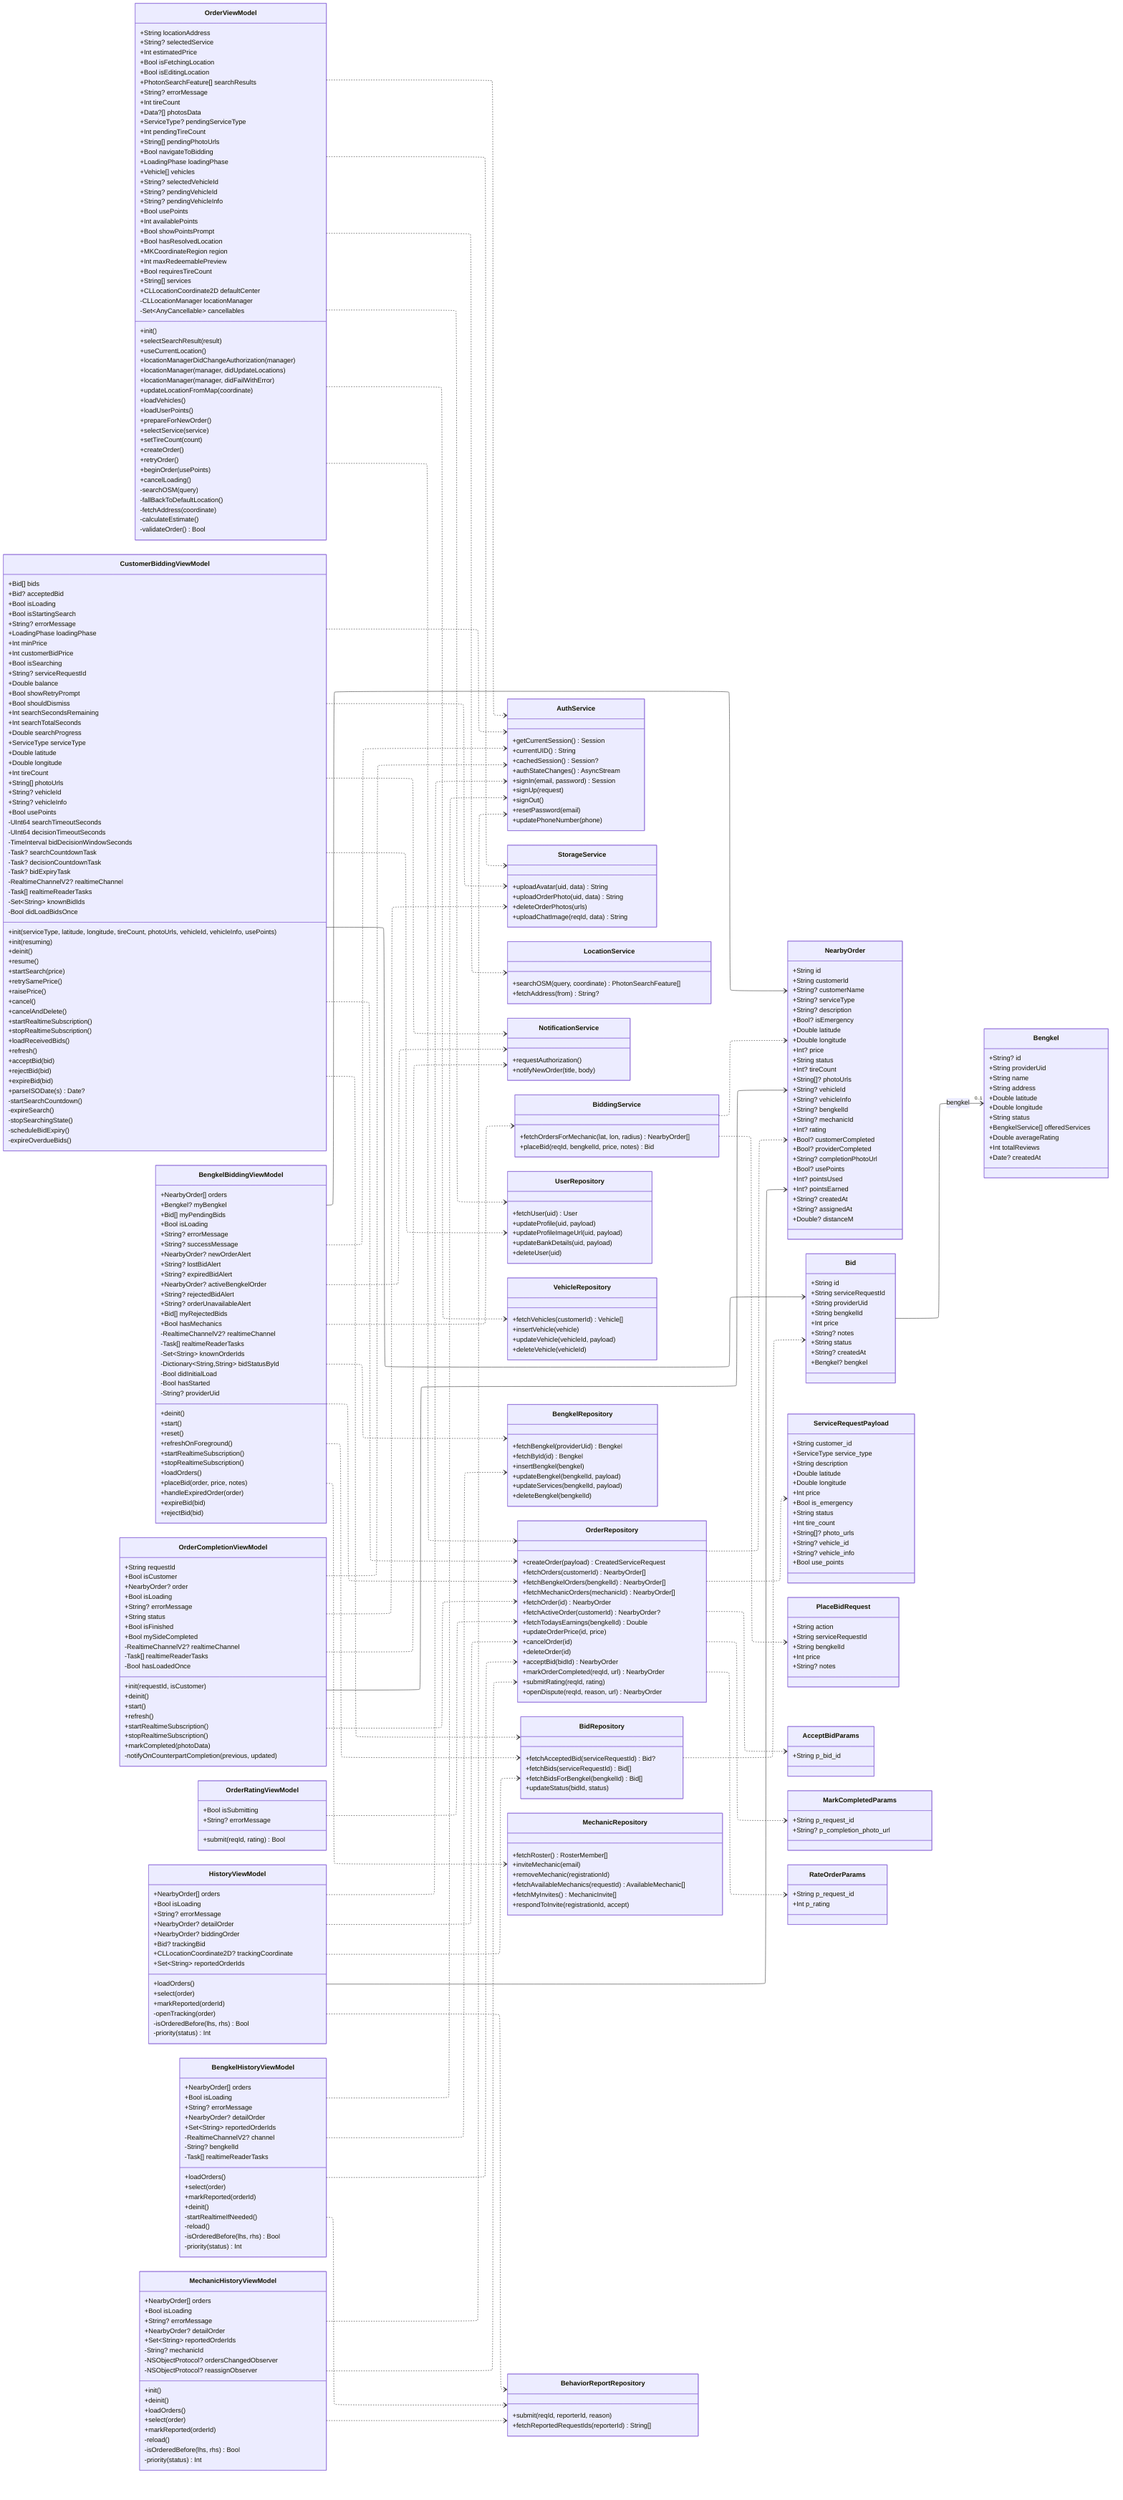
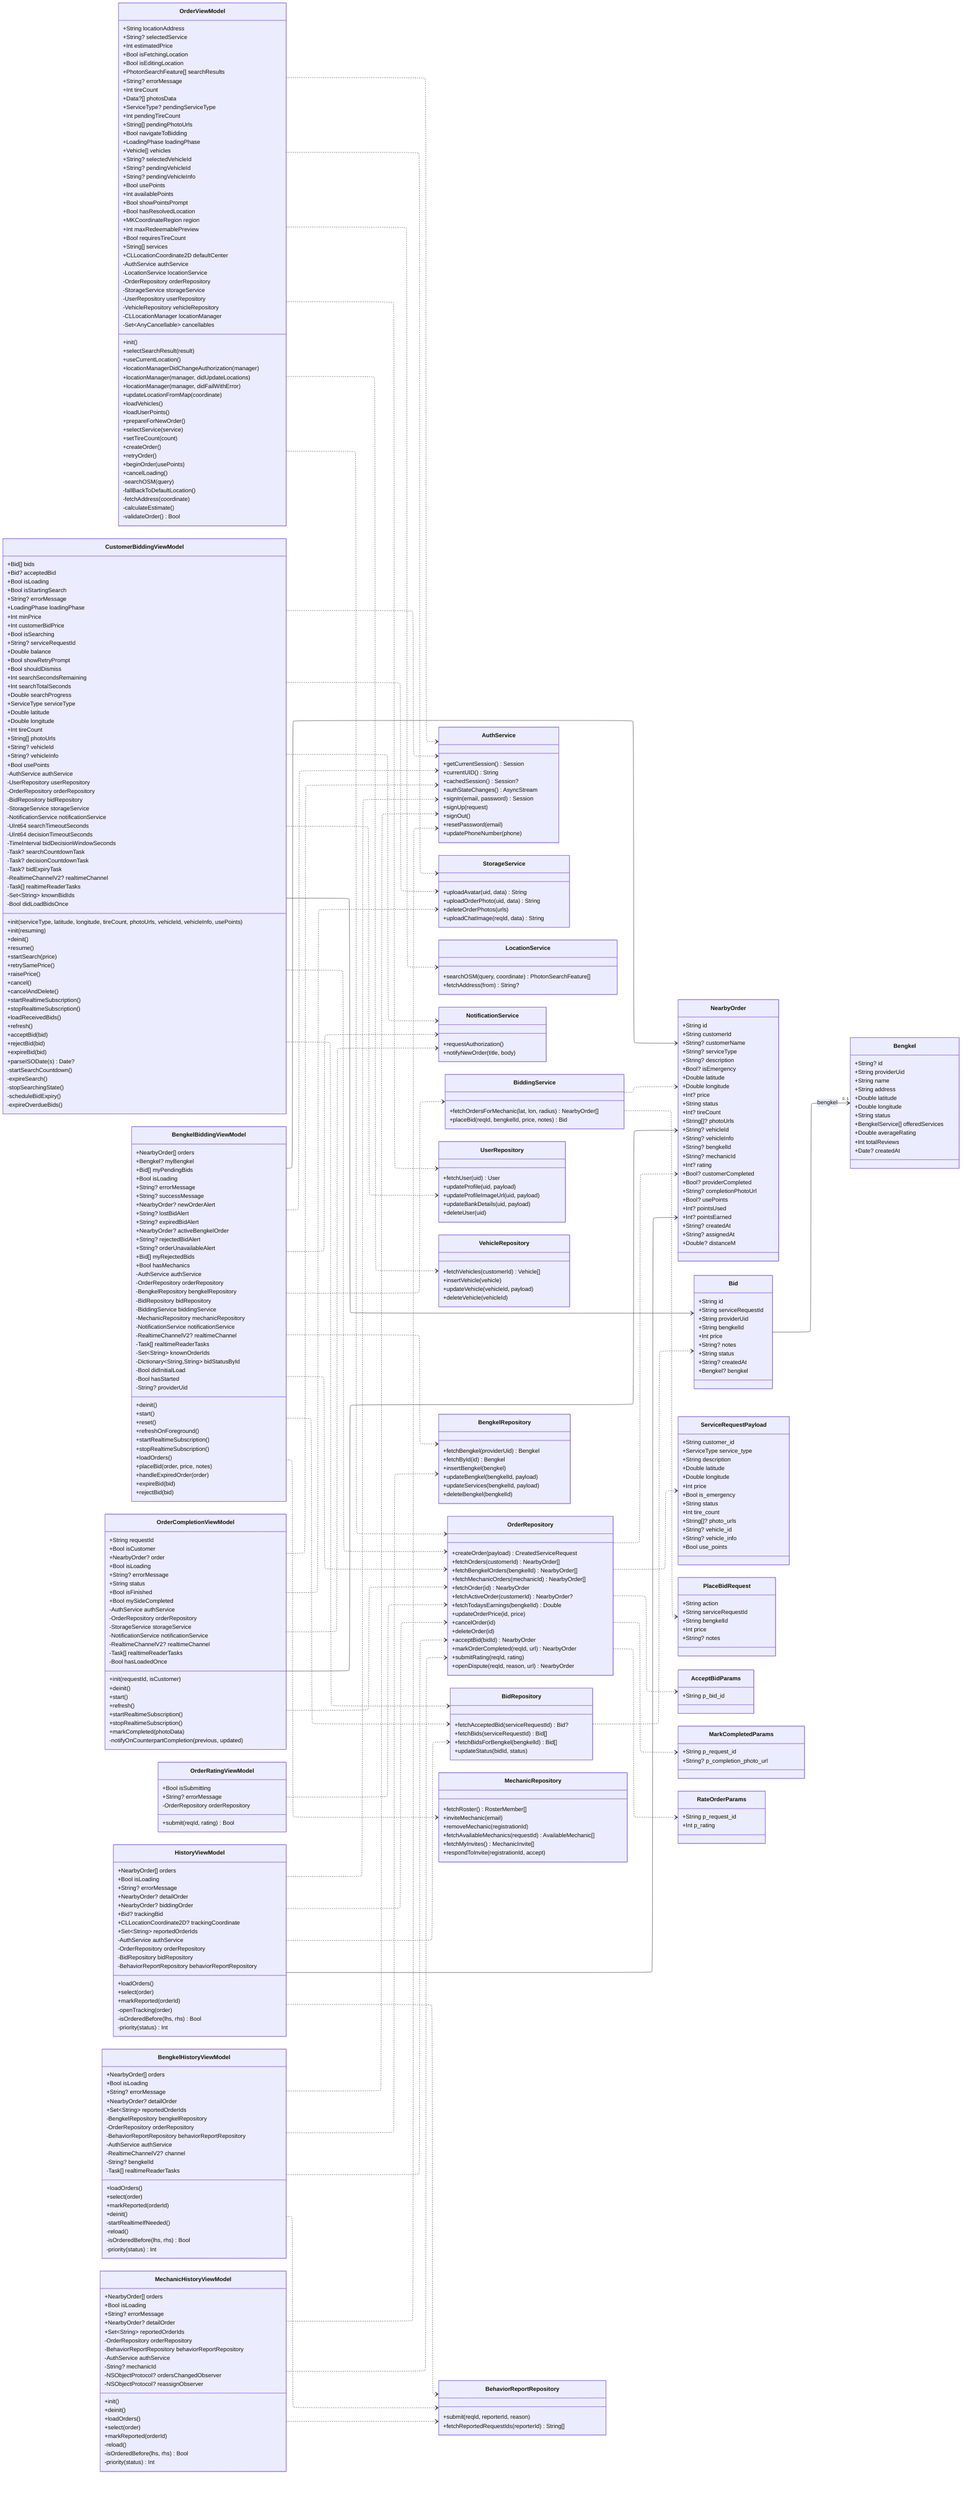
---
config:
  layout: elk
  elk:
    nodePlacementStrategy: LINEAR_SEGMENTS
    mergeEdges: false
---
classDiagram
    direction LR

    class AuthService {
        +getCurrentSession() Session
        +currentUID() String
        +cachedSession() Session?
        +authStateChanges() AsyncStream
        +signIn(email, password) Session
        +signUp(request)
        +signOut()
        +resetPassword(email)
        +updatePhoneNumber(phone)
    }
    class StorageService {
        +uploadAvatar(uid, data) String
        +uploadOrderPhoto(uid, data) String
        +deleteOrderPhotos(urls)
        +uploadChatImage(reqId, data) String
    }
    class LocationService {
        +searchOSM(query, coordinate) PhotonSearchFeature[]
        +fetchAddress(from) String?
    }
    class NotificationService {
        +requestAuthorization()
        +notifyNewOrder(title, body)
    }
    class BiddingService {
        +fetchOrdersForMechanic(lat, lon, radius) NearbyOrder[]
        +placeBid(reqId, bengkelId, price, notes) Bid
    }
    class UserRepository {
        +fetchUser(uid) User
        +updateProfile(uid, payload)
        +updateProfileImageUrl(uid, payload)
        +updateBankDetails(uid, payload)
        +deleteUser(uid)
    }
    class VehicleRepository {
        +fetchVehicles(customerId) Vehicle[]
        +insertVehicle(vehicle)
        +updateVehicle(vehicleId, payload)
        +deleteVehicle(vehicleId)
    }
    class BengkelRepository {
        +fetchBengkel(providerUid) Bengkel
        +fetchById(id) Bengkel
        +insertBengkel(bengkel)
        +updateBengkel(bengkelId, payload)
        +updateServices(bengkelId, payload)
        +deleteBengkel(bengkelId)
    }
    class OrderRepository {
        +createOrder(payload) CreatedServiceRequest
        +fetchOrders(customerId) NearbyOrder[]
        +fetchBengkelOrders(bengkelId) NearbyOrder[]
        +fetchMechanicOrders(mechanicId) NearbyOrder[]
        +fetchOrder(id) NearbyOrder
        +fetchActiveOrder(customerId) NearbyOrder?
        +fetchTodaysEarnings(bengkelId) Double
        +updateOrderPrice(id, price)
        +cancelOrder(id)
        +deleteOrder(id)
        +acceptBid(bidId) NearbyOrder
        +markOrderCompleted(reqId, url) NearbyOrder
        +submitRating(reqId, rating)
        +openDispute(reqId, reason, url) NearbyOrder
    }
    class BidRepository {
        +fetchAcceptedBid(serviceRequestId) Bid?
        +fetchBids(serviceRequestId) Bid[]
        +fetchBidsForBengkel(bengkelId) Bid[]
        +updateStatus(bidId, status)
    }
    class MechanicRepository {
        +fetchRoster() RosterMember[]
        +inviteMechanic(email)
        +removeMechanic(registrationId)
        +fetchAvailableMechanics(requestId) AvailableMechanic[]
        +fetchMyInvites() MechanicInvite[]
        +respondToInvite(registrationId, accept)
    }
    class NearbyOrder {
        +String id
        +String customerId
        +String? customerName
        +String? serviceType
        +String? description
        +Bool? isEmergency
        +Double latitude
        +Double longitude
        +Int? price
        +String status
        +Int? tireCount
        +String[]? photoUrls
        +String? vehicleId
        +String? vehicleInfo
        +String? bengkelId
        +String? mechanicId
        +Int? rating
        +Bool? customerCompleted
        +Bool? providerCompleted
        +String? completionPhotoUrl
        +Bool? usePoints
        +Int? pointsUsed
        +Int? pointsEarned
        +String? createdAt
        +String? assignedAt
        +Double? distanceM
    }
    class Bengkel {
        +String? id
        +String providerUid
        +String name
        +String address
        +Double latitude
        +Double longitude
        +String status
        +BengkelService[] offeredServices
        +Double averageRating
        +Int totalReviews
        +Date? createdAt
    }
    class OrderViewModel {
        +String locationAddress
        +String? selectedService
        +Int estimatedPrice
        +Bool isFetchingLocation
        +Bool isEditingLocation
        +PhotonSearchFeature[] searchResults
        +String? errorMessage
        +Int tireCount
        +Data?[] photosData
        +ServiceType? pendingServiceType
        +Int pendingTireCount
        +String[] pendingPhotoUrls
        +Bool navigateToBidding
        +LoadingPhase loadingPhase
        +Vehicle[] vehicles
        +String? selectedVehicleId
        +String? pendingVehicleId
        +String? pendingVehicleInfo
        +Bool usePoints
        +Int availablePoints
        +Bool showPointsPrompt
        +Bool hasResolvedLocation
        +MKCoordinateRegion region
        +Int maxRedeemablePreview
        +Bool requiresTireCount
        +String[] services
        +CLLocationCoordinate2D defaultCenter
+         -AuthService authService
+         -LocationService locationService
+         -OrderRepository orderRepository
+         -StorageService storageService
+         -UserRepository userRepository
+         -VehicleRepository vehicleRepository
        -CLLocationManager locationManager
        -Set~AnyCancellable~ cancellables
        +init()
        +selectSearchResult(result)
        +useCurrentLocation()
        +locationManagerDidChangeAuthorization(manager)
        +locationManager(manager, didUpdateLocations)
        +locationManager(manager, didFailWithError)
        +updateLocationFromMap(coordinate)
        +loadVehicles()
        +loadUserPoints()
        +prepareForNewOrder()
        +selectService(service)
        +setTireCount(count)
        +createOrder()
        +retryOrder()
        +beginOrder(usePoints)
        +cancelLoading()
        -searchOSM(query)
        -fallBackToDefaultLocation()
        -fetchAddress(coordinate)
        -calculateEstimate()
        -validateOrder() Bool
    }
    class CustomerBiddingViewModel {
        +Bid[] bids
        +Bid? acceptedBid
        +Bool isLoading
        +Bool isStartingSearch
        +String? errorMessage
        +LoadingPhase loadingPhase
        +Int minPrice
        +Int customerBidPrice
        +Bool isSearching
        +String? serviceRequestId
        +Double balance
        +Bool showRetryPrompt
        +Bool shouldDismiss
        +Int searchSecondsRemaining
        +Int searchTotalSeconds
        +Double searchProgress
        +ServiceType serviceType
        +Double latitude
        +Double longitude
        +Int tireCount
        +String[] photoUrls
        +String? vehicleId
        +String? vehicleInfo
        +Bool usePoints
+         -AuthService authService
+         -UserRepository userRepository
+         -OrderRepository orderRepository
+         -BidRepository bidRepository
+         -StorageService storageService
+         -NotificationService notificationService
        -UInt64 searchTimeoutSeconds
        -UInt64 decisionTimeoutSeconds
        -TimeInterval bidDecisionWindowSeconds
        -Task? searchCountdownTask
        -Task? decisionCountdownTask
        -Task? bidExpiryTask
        -RealtimeChannelV2? realtimeChannel
        -Task[] realtimeReaderTasks
        -Set~String~ knownBidIds
        -Bool didLoadBidsOnce
        +init(serviceType, latitude, longitude, tireCount, photoUrls, vehicleId, vehicleInfo, usePoints)
        +init(resuming)
        +deinit()
        +resume()
        +startSearch(price)
        +retrySamePrice()
        +raisePrice()
        +cancel()
        +cancelAndDelete()
        +startRealtimeSubscription()
        +stopRealtimeSubscription()
        +loadReceivedBids()
        +refresh()
        +acceptBid(bid)
        +rejectBid(bid)
        +expireBid(bid)
        +parseISODate(s) Date?
        -startSearchCountdown()
        -expireSearch()
        -stopSearchingState()
        -scheduleBidExpiry()
        -expireOverdueBids()
    }
    class BengkelBiddingViewModel {
        +NearbyOrder[] orders
        +Bengkel? myBengkel
        +Bid[] myPendingBids
        +Bool isLoading
        +String? errorMessage
        +String? successMessage
        +NearbyOrder? newOrderAlert
        +String? lostBidAlert
        +String? expiredBidAlert
        +NearbyOrder? activeBengkelOrder
        +String? rejectedBidAlert
        +String? orderUnavailableAlert
        +Bid[] myRejectedBids
        +Bool hasMechanics
+         -AuthService authService
+         -OrderRepository orderRepository
+         -BengkelRepository bengkelRepository
+         -BidRepository bidRepository
+         -BiddingService biddingService
+         -MechanicRepository mechanicRepository
+         -NotificationService notificationService
        -RealtimeChannelV2? realtimeChannel
        -Task[] realtimeReaderTasks
        -Set~String~ knownOrderIds
        -Dictionary~String,String~ bidStatusById
        -Bool didInitialLoad
        -Bool hasStarted
        -String? providerUid
        +deinit()
        +start()
        +reset()
        +refreshOnForeground()
        +startRealtimeSubscription()
        +stopRealtimeSubscription()
        +loadOrders()
        +placeBid(order, price, notes)
        +handleExpiredOrder(order)
        +expireBid(bid)
        +rejectBid(bid)
    }
    class Bid {
        +String id
        +String serviceRequestId
        +String providerUid
        +String bengkelId
        +Int price
        +String? notes
        +String status
        +String? createdAt
        +Bengkel? bengkel
    }
    class ServiceRequestPayload {
        +String customer_id
        +ServiceType service_type
        +String description
        +Double latitude
        +Double longitude
        +Int price
        +Bool is_emergency
        +String status
        +Int tire_count
        +String[]? photo_urls
        +String? vehicle_id
        +String? vehicle_info
        +Bool use_points
    }
    class PlaceBidRequest {
        +String action
        +String serviceRequestId
        +String bengkelId
        +Int price
        +String? notes
    }
    class AcceptBidParams {
        +String p_bid_id
    }
    class OrderCompletionViewModel {
        +String requestId
        +Bool isCustomer
        +NearbyOrder? order
        +Bool isLoading
        +String? errorMessage
        +String status
        +Bool isFinished
        +Bool mySideCompleted
+         -AuthService authService
+         -OrderRepository orderRepository
+         -StorageService storageService
+         -NotificationService notificationService
        -RealtimeChannelV2? realtimeChannel
        -Task[] realtimeReaderTasks
        -Bool hasLoadedOnce
        +init(requestId, isCustomer)
        +deinit()
        +start()
        +refresh()
        +startRealtimeSubscription()
        +stopRealtimeSubscription()
        +markCompleted(photoData)
        -notifyOnCounterpartCompletion(previous, updated)
    }
    class OrderRatingViewModel {
        +Bool isSubmitting
        +String? errorMessage
+         -OrderRepository orderRepository
        +submit(reqId, rating) Bool
    }
    class MarkCompletedParams {
        +String p_request_id
        +String? p_completion_photo_url
    }
    class RateOrderParams {
        +String p_request_id
        +Int p_rating
    }
    class BehaviorReportRepository {
        +submit(reqId, reporterId, reason)
        +fetchReportedRequestIds(reporterId) String[]
    }
    class HistoryViewModel {
        +NearbyOrder[] orders
        +Bool isLoading
        +String? errorMessage
        +NearbyOrder? detailOrder
        +NearbyOrder? biddingOrder
        +Bid? trackingBid
        +CLLocationCoordinate2D? trackingCoordinate
        +Set~String~ reportedOrderIds
+         -AuthService authService
+         -OrderRepository orderRepository
+         -BidRepository bidRepository
+         -BehaviorReportRepository behaviorReportRepository
        +loadOrders()
        +select(order)
        +markReported(orderId)
        -openTracking(order)
        -isOrderedBefore(lhs, rhs) Bool
        -priority(status) Int
    }
    class BengkelHistoryViewModel {
        +NearbyOrder[] orders
        +Bool isLoading
        +String? errorMessage
        +NearbyOrder? detailOrder
        +Set~String~ reportedOrderIds
+         -BengkelRepository bengkelRepository
+         -OrderRepository orderRepository
+         -BehaviorReportRepository behaviorReportRepository
+         -AuthService authService
        -RealtimeChannelV2? channel
        -String? bengkelId
        -Task[] realtimeReaderTasks
        +loadOrders()
        +select(order)
        +markReported(orderId)
        +deinit()
        -startRealtimeIfNeeded()
        -reload()
        -isOrderedBefore(lhs, rhs) Bool
        -priority(status) Int
    }
    class MechanicHistoryViewModel {
        +NearbyOrder[] orders
        +Bool isLoading
        +String? errorMessage
        +NearbyOrder? detailOrder
        +Set~String~ reportedOrderIds
+         -OrderRepository orderRepository
+         -BehaviorReportRepository behaviorReportRepository
+         -AuthService authService
        -String? mechanicId
        -NSObjectProtocol? ordersChangedObserver
        -NSObjectProtocol? reassignObserver
        +init()
        +deinit()
        +loadOrders()
        +select(order)
        +markReported(orderId)
        -reload()
        -isOrderedBefore(lhs, rhs) Bool
        -priority(status) Int
    }

    OrderViewModel ..> OrderRepository
    OrderViewModel ..> LocationService
    OrderViewModel ..> StorageService
    OrderViewModel ..> UserRepository
    OrderViewModel ..> VehicleRepository
    OrderViewModel ..> AuthService
    CustomerBiddingViewModel ..> OrderRepository
    CustomerBiddingViewModel ..> BidRepository
    CustomerBiddingViewModel ..> UserRepository
    CustomerBiddingViewModel ..> StorageService
    CustomerBiddingViewModel ..> NotificationService
    CustomerBiddingViewModel ..> AuthService
    CustomerBiddingViewModel --> Bid
    BengkelBiddingViewModel ..> OrderRepository
    BengkelBiddingViewModel ..> BidRepository
    BengkelBiddingViewModel ..> BiddingService
    BengkelBiddingViewModel ..> BengkelRepository
    BengkelBiddingViewModel ..> MechanicRepository
    BengkelBiddingViewModel ..> NotificationService
    BengkelBiddingViewModel ..> AuthService
    BengkelBiddingViewModel --> NearbyOrder
    OrderRepository ..> ServiceRequestPayload
    OrderRepository ..> NearbyOrder
    OrderRepository ..> AcceptBidParams
    BidRepository ..> Bid
    BiddingService ..> PlaceBidRequest
    BiddingService ..> NearbyOrder
    Bid --> "0..1" Bengkel : bengkel
    OrderCompletionViewModel ..> OrderRepository
    OrderCompletionViewModel ..> StorageService
    OrderCompletionViewModel ..> AuthService
    OrderCompletionViewModel ..> NotificationService
    OrderCompletionViewModel --> NearbyOrder
    OrderRatingViewModel ..> OrderRepository
    OrderRepository ..> MarkCompletedParams
    OrderRepository ..> RateOrderParams
    HistoryViewModel ..> OrderRepository
    HistoryViewModel ..> BidRepository
    HistoryViewModel ..> BehaviorReportRepository
    HistoryViewModel ..> AuthService
    HistoryViewModel --> NearbyOrder
    BengkelHistoryViewModel ..> OrderRepository
    BengkelHistoryViewModel ..> BengkelRepository
    BengkelHistoryViewModel ..> BehaviorReportRepository
    BengkelHistoryViewModel ..> AuthService
    MechanicHistoryViewModel ..> OrderRepository
    MechanicHistoryViewModel ..> BehaviorReportRepository
    MechanicHistoryViewModel ..> AuthService
